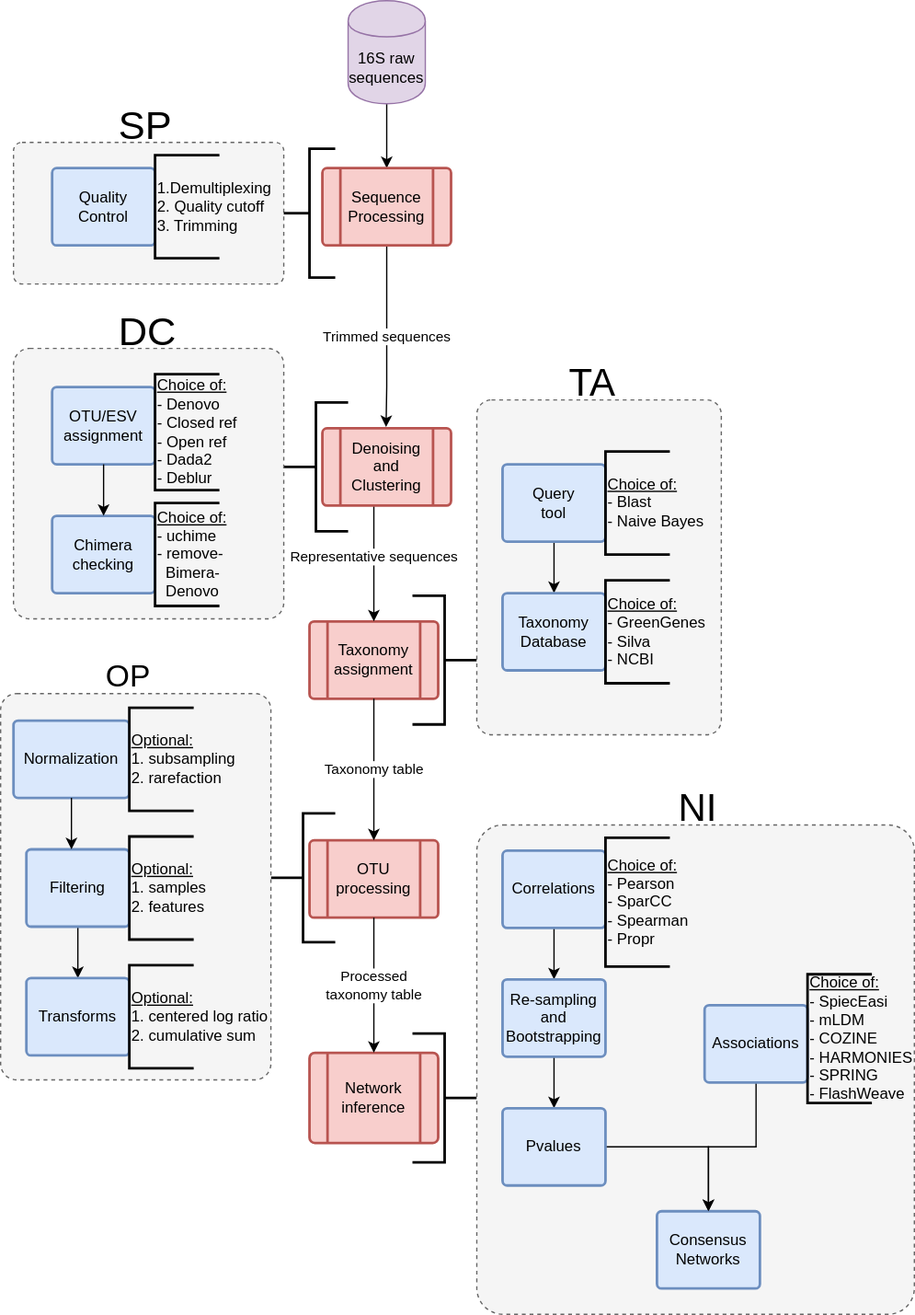
Above: figures/backup/svg/figure1.svg in segrelab/MiCoNE-pipeline-paper (draw.io), before the change. Source tidied: cells renumbered, new cells last; positions are measured from the earlier drawing's top-left corner, leaving out a move shared by most shapes.
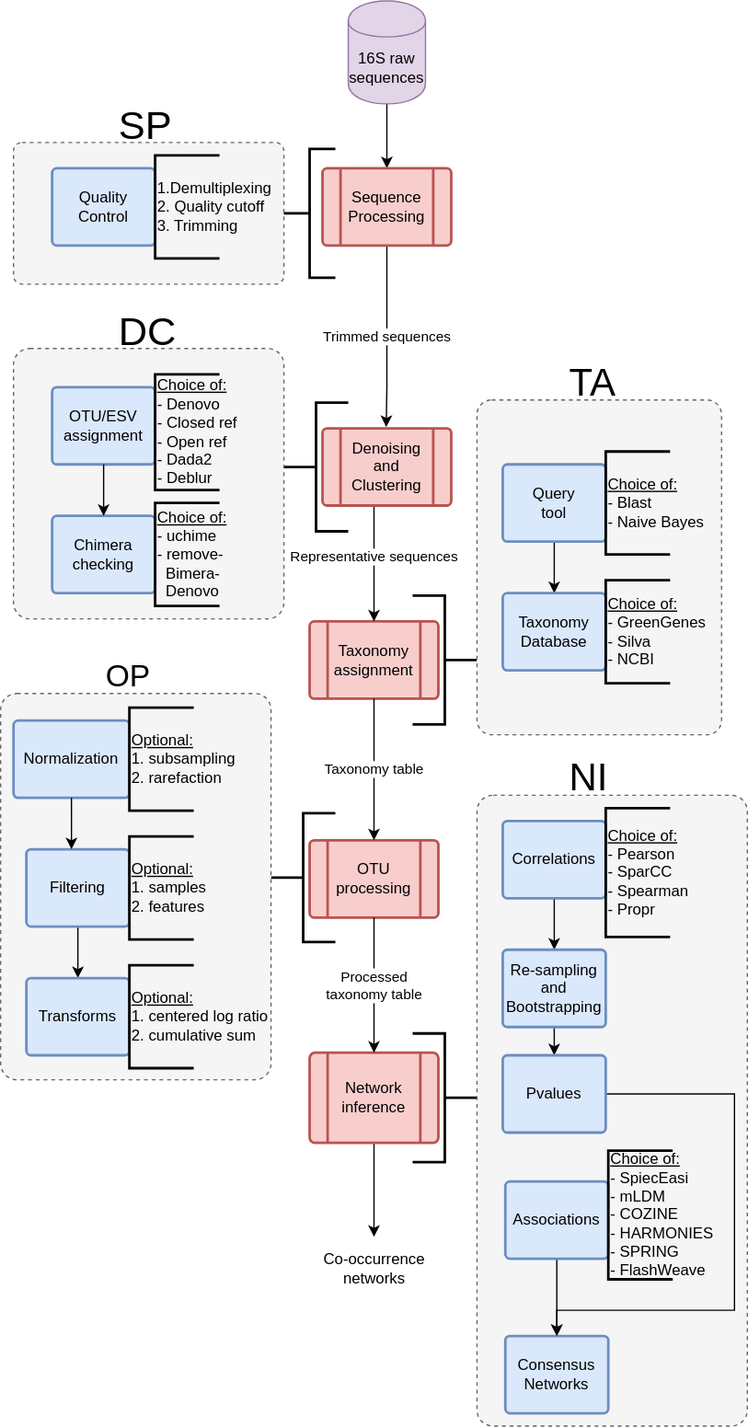
Above is the later version.

Diff of the diagram source:
```diff
@@ -14,6 +14,11 @@
     <mxCell id="5" value="OTU processing" style="verticalLabelPosition=middle;verticalAlign=middle;html=1;strokeWidth=2;shape=process;whiteSpace=wrap;rounded=1;size=0.14;arcSize=6;labelPosition=center;align=center;fillColor=#f8cecc;strokeColor=#b85450;" parent="1" vertex="1">
       <mxGeometry x="240" y="652" width="100" height="60" as="geometry" />
     </mxCell>
+    <mxCell id="65" style="edgeStyle=orthogonalEdgeStyle;rounded=0;jettySize=auto;html=1;" parent="1" edge="1" source="6">
+      <mxGeometry relative="1" as="geometry">
+        <mxPoint x="290" y="960" as="targetPoint" />
+      </mxGeometry>
+    </mxCell>
     <mxCell id="6" value="Network inference" style="verticalLabelPosition=middle;verticalAlign=middle;html=1;strokeWidth=2;shape=process;whiteSpace=wrap;rounded=1;size=0.14;arcSize=6;labelPosition=center;align=center;fillColor=#f8cecc;strokeColor=#b85450;" parent="1" vertex="1">
       <mxGeometry x="240" y="817" width="100" height="70" as="geometry" />
     </mxCell>
@@ -103,28 +108,34 @@
       <mxGeometry x="320" y="802" width="50" height="100" as="geometry" />
     </mxCell>
     <mxCell id="33" style="strokeWidth=1;html=1;shape=mxgraph.flowchart.process;whiteSpace=wrap;dashed=1;strokeColor=#666666;fillColor=#f5f5f5;" parent="1" vertex="1">
-      <mxGeometry x="370" y="640" width="340" height="380" as="geometry" />
+      <mxGeometry x="370" y="617" width="210" height="490" as="geometry" />
     </mxCell>
     <mxCell id="34" style="edgeStyle=orthogonalEdgeStyle;rounded=0;html=1;exitX=0.5;exitY=1;exitPerimeter=0;entryX=0.5;entryY=0;entryPerimeter=0;jettySize=auto;" parent="1" edge="1" source="35" target="37">
       <mxGeometry relative="1" as="geometry" />
     </mxCell>
     <mxCell id="35" value="Correlations" style="strokeWidth=2;html=1;shape=mxgraph.flowchart.process;whiteSpace=wrap;fillColor=#dae8fc;strokeColor=#6c8ebf;" parent="1" vertex="1">
-      <mxGeometry x="390" y="660" width="80" height="60" as="geometry" />
+      <mxGeometry x="390" y="637" width="80" height="60" as="geometry" />
     </mxCell>
     <mxCell id="36" style="edgeStyle=orthogonalEdgeStyle;rounded=0;html=1;exitX=0.5;exitY=1;exitPerimeter=0;entryX=0.5;entryY=0;entryPerimeter=0;jettySize=auto;" parent="1" edge="1" source="37" target="39">
       <mxGeometry relative="1" as="geometry" />
     </mxCell>
     <mxCell id="37" value="Re-sampling&lt;br&gt;and&lt;br&gt;Bootstrapping&lt;br&gt;" style="strokeWidth=2;html=1;shape=mxgraph.flowchart.process;whiteSpace=wrap;fillColor=#dae8fc;strokeColor=#6c8ebf;" parent="1" vertex="1">
-      <mxGeometry x="390" y="760" width="80" height="60" as="geometry" />
+      <mxGeometry x="390" y="737" width="80" height="60" as="geometry" />
     </mxCell>
-    <mxCell id="38" style="edgeStyle=orthogonalEdgeStyle;rounded=0;jettySize=auto;html=1;" parent="1" edge="1" source="39" target="61">
-      <mxGeometry relative="1" as="geometry" />
+    <mxCell id="38" style="edgeStyle=orthogonalEdgeStyle;rounded=0;jettySize=auto;html=1;entryX=0.5;entryY=0;entryDx=0;entryDy=0;entryPerimeter=0;" parent="1" edge="1" source="39" target="61">
+      <mxGeometry relative="1" as="geometry">
+        <Array as="points">
+          <mxPoint x="570" y="849" />
+          <mxPoint x="570" y="1017" />
+          <mxPoint x="432" y="1017" />
+        </Array>
+      </mxGeometry>
     </mxCell>
     <mxCell id="39" value="Pvalues&lt;br&gt;" style="strokeWidth=2;html=1;shape=mxgraph.flowchart.process;whiteSpace=wrap;fillColor=#dae8fc;strokeColor=#6c8ebf;" parent="1" vertex="1">
-      <mxGeometry x="390" y="860" width="80" height="60" as="geometry" />
+      <mxGeometry x="390" y="819" width="80" height="60" as="geometry" />
     </mxCell>
     <mxCell id="40" value="&lt;u&gt;Choice of:&lt;/u&gt;&lt;br&gt;- Pearson&lt;br&gt;- SparCC&lt;br&gt;- Spearman&lt;br&gt;- Propr" style="strokeWidth=2;html=1;shape=mxgraph.flowchart.annotation_1;align=left;" parent="1" vertex="1">
-      <mxGeometry x="470" y="650" width="50" height="100" as="geometry" />
+      <mxGeometry x="470" y="627" width="50" height="100" as="geometry" />
     </mxCell>
     <mxCell id="41" value="&lt;h1 style=&quot;text-align: center&quot;&gt;&lt;span style=&quot;font-weight: normal&quot;&gt;OP&lt;/span&gt;&lt;/h1&gt;" style="text;html=1;align=left;verticalAlign=top;spacingTop=-4;" parent="1" vertex="1">
       <mxGeometry x="80" y="492" width="50" height="50" as="geometry" />
@@ -133,7 +144,7 @@
       <mxGeometry x="440" y="260" width="50" height="50" as="geometry" />
     </mxCell>
     <mxCell id="43" value="&lt;h1 style=&quot;text-align: center&quot;&gt;&lt;span style=&quot;font-weight: normal&quot;&gt;&lt;font style=&quot;font-size: 30px&quot;&gt;NI&lt;/font&gt;&lt;/span&gt;&lt;/h1&gt;" style="text;html=1;align=left;verticalAlign=top;spacingTop=-4;" parent="1" vertex="1">
-      <mxGeometry x="525" y="590" width="50" height="50" as="geometry" />
+      <mxGeometry x="440" y="567" width="50" height="50" as="geometry" />
     </mxCell>
     <mxCell id="44" style="edgeStyle=none;rounded=0;jettySize=auto;html=1;exitX=0.5;exitY=1;exitDx=0;exitDy=0;exitPerimeter=0;entryX=0.438;entryY=0;entryDx=0;entryDy=0;entryPerimeter=0;" parent="1" edge="1" source="25" target="27">
       <mxGeometry relative="1" as="geometry" />
@@ -187,16 +198,19 @@
       <mxGeometry x="220" y="115" width="40" height="100" as="geometry" />
     </mxCell>
     <mxCell id="61" value="&lt;div&gt;Consensus&lt;/div&gt;&lt;div&gt;Networks&lt;br&gt;&lt;/div&gt;" style="strokeWidth=2;html=1;shape=mxgraph.flowchart.process;whiteSpace=wrap;fillColor=#dae8fc;strokeColor=#6c8ebf;" parent="1" vertex="1">
-      <mxGeometry x="510" y="940" width="80" height="60" as="geometry" />
+      <mxGeometry x="392" y="1037" width="80" height="60" as="geometry" />
     </mxCell>
-    <mxCell id="62" style="rounded=0;jettySize=auto;html=1;entryX=0.5;entryY=0;entryDx=0;entryDy=0;entryPerimeter=0;edgeStyle=orthogonalEdgeStyle;" parent="1" edge="1" source="63" target="61">
+    <mxCell id="62" style="edgeStyle=orthogonalEdgeStyle;rounded=0;jettySize=auto;html=1;entryX=0.5;entryY=0;entryDx=0;entryDy=0;entryPerimeter=0;" parent="1" edge="1" source="63" target="61">
       <mxGeometry relative="1" as="geometry" />
     </mxCell>
     <mxCell id="63" value="Associations" style="strokeWidth=2;html=1;shape=mxgraph.flowchart.process;whiteSpace=wrap;fillColor=#dae8fc;strokeColor=#6c8ebf;" parent="1" vertex="1">
-      <mxGeometry x="547" y="780" width="80" height="60" as="geometry" />
+      <mxGeometry x="392" y="917" width="80" height="60" as="geometry" />
     </mxCell>
     <mxCell id="64" value="&lt;u&gt;Choice of:&lt;/u&gt;&lt;br&gt;&lt;div&gt;- SpiecEasi&lt;/div&gt;&lt;div&gt;- mLDM&lt;/div&gt;&lt;div&gt;- COZINE&lt;/div&gt;&lt;div&gt;- HARMONIES&lt;/div&gt;&lt;div&gt;- SPRING&lt;/div&gt;&lt;div&gt;- FlashWeave&lt;br&gt;&lt;/div&gt;" style="strokeWidth=2;html=1;shape=mxgraph.flowchart.annotation_1;align=left;" parent="1" vertex="1">
-      <mxGeometry x="627" y="756" width="50" height="100" as="geometry" />
+      <mxGeometry x="472" y="893" width="50" height="100" as="geometry" />
     </mxCell>
+    <mxCell id="66" value="&lt;div&gt;Co-occurrence&lt;/div&gt;&lt;div&gt;networks&lt;/div&gt;" style="text;html=1;align=center;verticalAlign=middle;strokeColor=none;fillColor=none;" parent="1" vertex="1">
+      <mxGeometry x="245" y="970" width="90" height="30" as="geometry" />
+    </mxCell>
   </root>
 </mxGraphModel>
```
